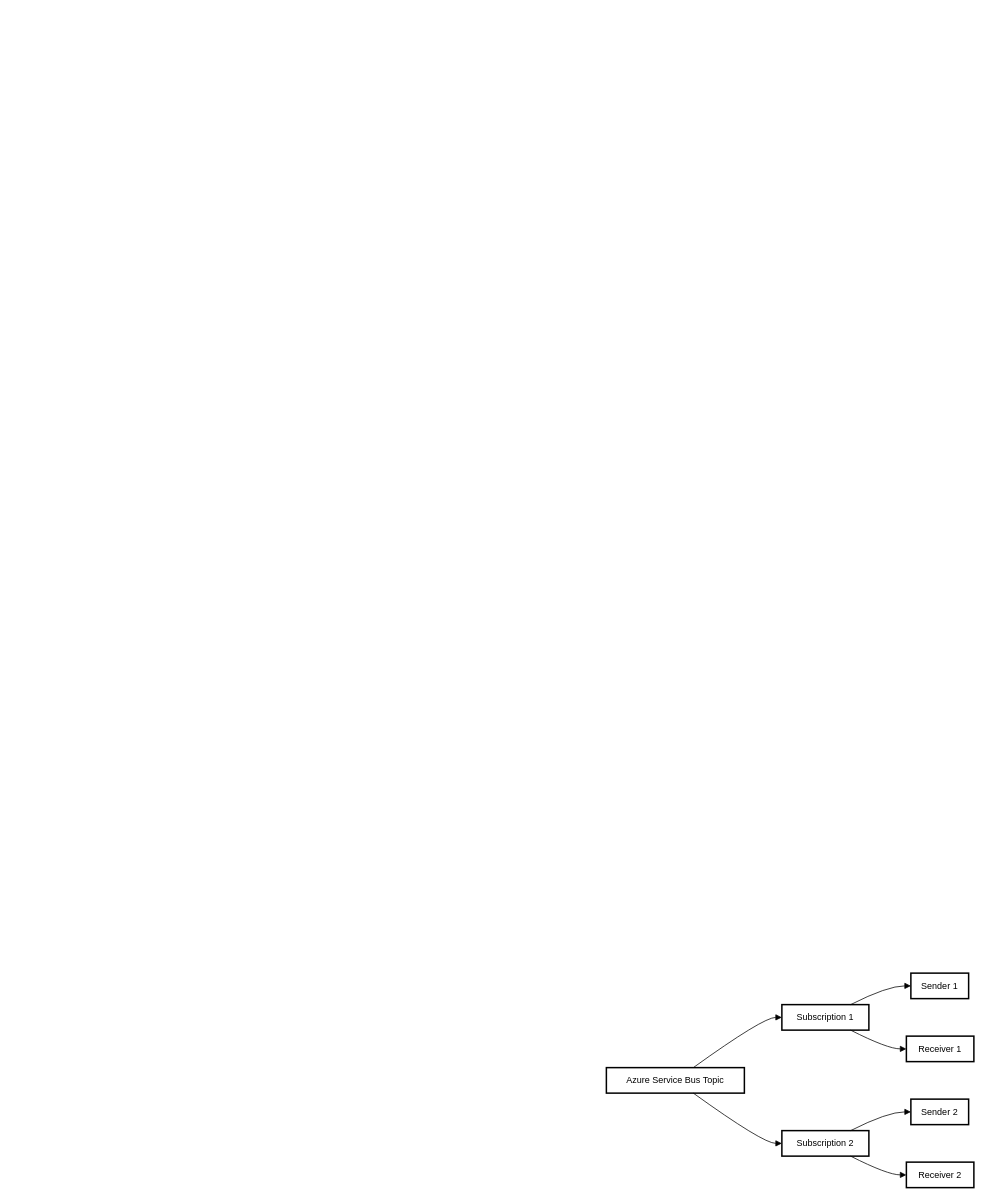
The draw.io diagram MLEndpointswithAsyncInferencing.drawio in anildwarepo/draw.io-artifacts, before the edit. Source tidied: cells renumbered, new cells numbered last; positions are measured from the earlier drawing's top-left corner, leaving out a move shared by most shapes. Both pictures are drawn from the tidied source at 75%, with x=0, y=0 at pixel (606, 973). Pictures stored in the file or linked from it are replaced by grey dashed boxes.
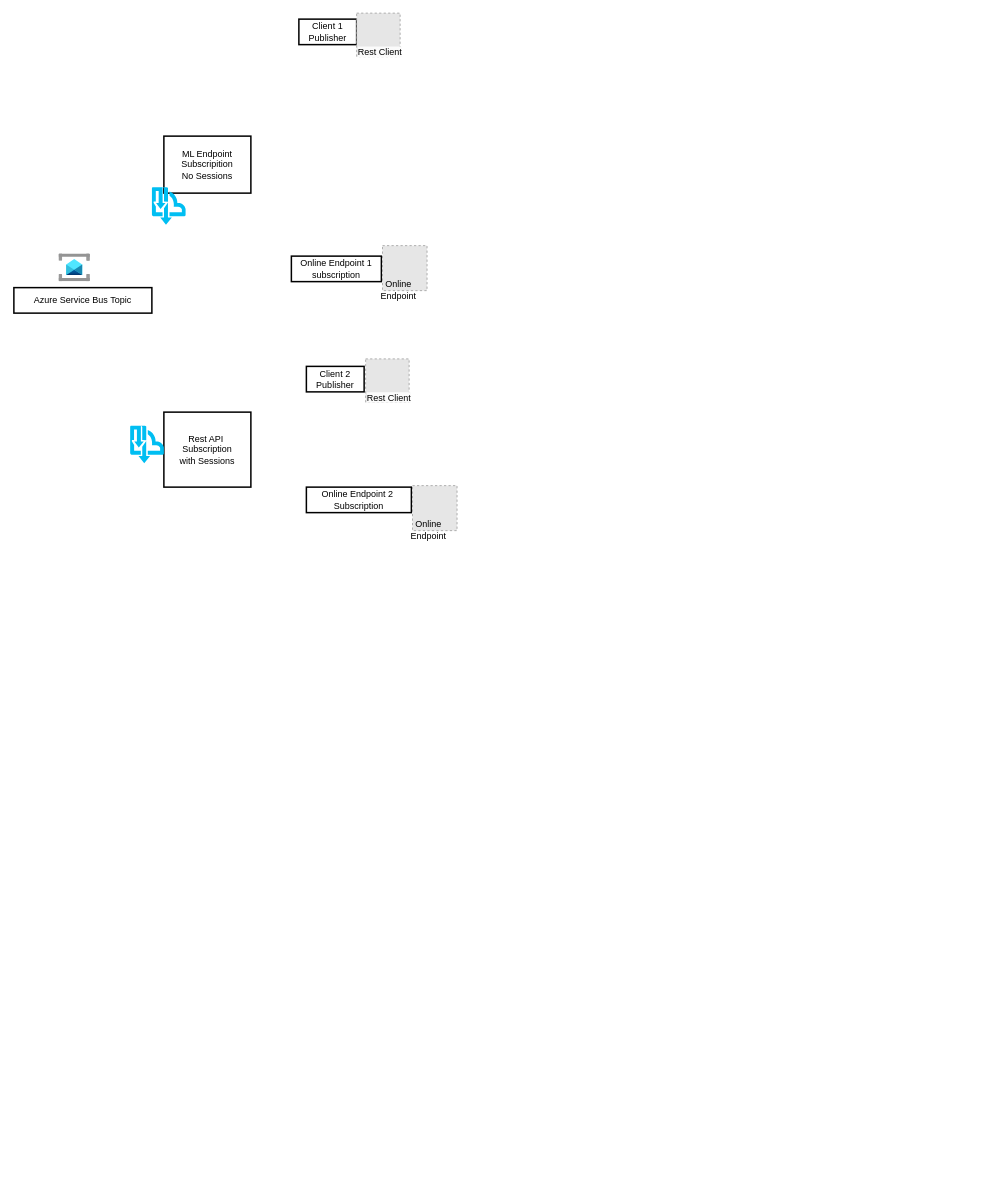
The same diagram, later.

Diff of the diagram source:
```diff
@@
     <mxCell id="2" value="Azure Service Bus Topic" style="whiteSpace=wrap;strokeWidth=2;" parent="1" vertex="1">
-      <mxGeometry y="126" width="184" height="34" as="geometry" />
+      <mxGeometry x="-790" y="-914" width="184" height="34" as="geometry" />
     </mxCell>
-    <mxCell id="3" value="Subscription 1" style="whiteSpace=wrap;strokeWidth=2;" parent="1" vertex="1">
-      <mxGeometry x="234" y="42" width="116" height="34" as="geometry" />
+    <mxCell id="3" value="ML Endpoint Subscripition&#10;No Sessions" style="whiteSpace=wrap;strokeWidth=2;" parent="1" vertex="1">
+      <mxGeometry x="-590" y="-1116" width="116" height="76" as="geometry" />
     </mxCell>
-    <mxCell id="4" value="Subscription 2" style="whiteSpace=wrap;strokeWidth=2;" parent="1" vertex="1">
-      <mxGeometry x="234" y="210" width="116" height="34" as="geometry" />
+    <mxCell id="4" value="Rest API &#10;Subscription&#10;with Sessions" style="whiteSpace=wrap;strokeWidth=2;" parent="1" vertex="1">
+      <mxGeometry x="-590" y="-748" width="116" height="100" as="geometry" />
     </mxCell>
-    <mxCell id="5" value="Sender 1" style="whiteSpace=wrap;strokeWidth=2;" parent="1" vertex="1">
-      <mxGeometry x="406" width="77" height="34" as="geometry" />
-    </mxCell>
-    <mxCell id="6" value="Receiver 1" style="whiteSpace=wrap;strokeWidth=2;" parent="1" vertex="1">
-      <mxGeometry x="400" y="84" width="90" height="34" as="geometry" />
+    <mxCell id="6" value="Online Endpoint 1&#10;subscription" style="whiteSpace=wrap;strokeWidth=2;" parent="1" vertex="1">
+      <mxGeometry x="-420" y="-956" width="120" height="34" as="geometry" />
     </mxCell>
-    <mxCell id="7" value="Sender 2" style="whiteSpace=wrap;strokeWidth=2;" parent="1" vertex="1">
-      <mxGeometry x="406" y="168" width="77" height="34" as="geometry" />
+    <mxCell id="7" value="Client 2&#10;Publisher" style="whiteSpace=wrap;strokeWidth=2;" parent="1" vertex="1">
+      <mxGeometry x="-400" y="-809" width="77" height="34" as="geometry" />
     </mxCell>
-    <mxCell id="8" value="Receiver 2" style="whiteSpace=wrap;strokeWidth=2;" parent="1" vertex="1">
-      <mxGeometry x="400" y="252" width="90" height="34" as="geometry" />
+    <mxCell id="8" value="Online Endpoint 2 &#10;Subscription" style="whiteSpace=wrap;strokeWidth=2;" parent="1" vertex="1">
+      <mxGeometry x="-400" y="-648" width="140" height="34" as="geometry" />
     </mxCell>
-    <mxCell id="9" style="curved=1;startArrow=none;endArrow=block;exitX=0.63;exitY=0;entryX=0;entryY=0.5;" parent="1" edge="1" source="2" target="3">
-      <mxGeometry relative="1" as="geometry">
-        <Array as="points">
-          <mxPoint x="209" y="59" />
-        </Array>
-      </mxGeometry>
-    </mxCell>
-    <mxCell id="10" style="curved=1;startArrow=none;endArrow=block;exitX=0.63;exitY=1;entryX=0;entryY=0.5;" parent="1" edge="1" source="2" target="4">
-      <mxGeometry relative="1" as="geometry">
-        <Array as="points">
-          <mxPoint x="209" y="227" />
-        </Array>
-      </mxGeometry>
-    </mxCell>
-    <mxCell id="11" style="curved=1;startArrow=none;endArrow=block;exitX=0.79;exitY=0;entryX=0;entryY=0.5;" parent="1" edge="1" source="3" target="5">
-      <mxGeometry relative="1" as="geometry">
-        <Array as="points">
-          <mxPoint x="375" y="17" />
-        </Array>
-      </mxGeometry>
-    </mxCell>
-    <mxCell id="12" style="curved=1;startArrow=none;endArrow=block;exitX=0.79;exitY=1;entryX=0;entryY=0.5;" parent="1" edge="1" source="3" target="6">
-      <mxGeometry relative="1" as="geometry">
-        <Array as="points">
-          <mxPoint x="375" y="101" />
-        </Array>
-      </mxGeometry>
-    </mxCell>
-    <mxCell id="13" style="curved=1;startArrow=none;endArrow=block;exitX=0.79;exitY=0;entryX=0;entryY=0.5;" parent="1" edge="1" source="4" target="7">
-      <mxGeometry relative="1" as="geometry">
-        <Array as="points">
-          <mxPoint x="375" y="185" />
-        </Array>
-      </mxGeometry>
-    </mxCell>
-    <mxCell id="14" style="curved=1;startArrow=none;endArrow=block;exitX=0.79;exitY=1;entryX=0;entryY=0.5;" parent="1" edge="1" source="4" target="8">
-      <mxGeometry relative="1" as="geometry">
-        <Array as="points">
-          <mxPoint x="375" y="269" />
-        </Array>
-      </mxGeometry>
-    </mxCell>
+    <mxCell id="15" style="image;html=1;align=center;fontSize=12;image=img/lib/azure2/integration/Service_Bus.svg;" parent="1" vertex="1">
+      <mxGeometry x="-730" y="-959" width="41.9" height="37" as="geometry" />
+    </mxCell>
+    <mxCell id="16" style="verticalLabelPosition=bottom;html=1;verticalAlign=top;align=center;strokeColor=none;fillColor=#00BEF2;shape=mxgraph.azure.service_bus_topics_and_subscriptions;" parent="1" vertex="1">
+      <mxGeometry x="-606" y="-1048" width="45" height="50" as="geometry" />
+    </mxCell>
+    <mxCell id="17" style="verticalLabelPosition=bottom;html=1;verticalAlign=top;align=center;strokeColor=none;fillColor=#00BEF2;shape=mxgraph.azure.service_bus_topics_and_subscriptions;" parent="1" vertex="1">
+      <mxGeometry x="-635" y="-730" width="45" height="50" as="geometry" />
+    </mxCell>
+    <mxCell id="18" style="group;" parent="1" vertex="1">
+      <mxGeometry x="-300" y="-970" width="97.9" height="85" as="geometry" />
+    </mxCell>
+    <mxCell id="19" style="fillColor=#E6E6E6;strokeColor=#999999;dashed=1;verticalLabelPosition=bottom;labelBackgroundColor=default;verticalAlign=top;" parent="18" vertex="1">
+      <mxGeometry x="1.5" width="59.4" height="60" as="geometry" />
+    </mxCell>
+    <mxCell id="20" value="Online Endpoint" style="text;html=1;strokeColor=none;fillColor=none;align=center;verticalAlign=middle;whiteSpace=wrap;rounded=0;" parent="18" vertex="1">
+      <mxGeometry x="-7" y="44" width="60" height="30" as="geometry" />
+    </mxCell>
+    <mxCell id="21" style="group;" parent="1" vertex="1">
+      <mxGeometry x="-321" y="-819" width="120" height="78" as="geometry" />
+    </mxCell>
+    <mxCell id="22" style="fillColor=#E6E6E6;strokeColor=#999999;dashed=1;verticalLabelPosition=bottom;labelBackgroundColor=default;verticalAlign=top;" parent="21" vertex="1">
+      <mxGeometry width="58" height="58" as="geometry" />
+    </mxCell>
+    <mxCell id="23" value="&lt;span style=&quot;color: rgb(0, 0, 0); font-family: Helvetica; font-size: 12px; font-style: normal; font-variant-ligatures: normal; font-variant-caps: normal; font-weight: 400; letter-spacing: normal; orphans: 2; text-align: center; text-indent: 0px; text-transform: none; widows: 2; word-spacing: 0px; -webkit-text-stroke-width: 0px; white-space: normal; background-color: rgb(251, 251, 251); text-decoration-thickness: initial; text-decoration-style: initial; text-decoration-color: initial; display: inline !important; float: none;&quot;&gt;Rest Client&lt;/span&gt;" style="text;whiteSpace=wrap;html=1;" parent="21" vertex="1">
+      <mxGeometry y="38" width="120" height="40" as="geometry" />
+    </mxCell>
+    <mxCell id="24" style="group;" parent="1" vertex="1">
+      <mxGeometry x="-260" y="-650" width="97.9" height="85" as="geometry" />
+    </mxCell>
+    <mxCell id="25" style="fillColor=#E6E6E6;strokeColor=#999999;dashed=1;verticalLabelPosition=bottom;labelBackgroundColor=default;verticalAlign=top;" parent="24" vertex="1">
+      <mxGeometry x="1.5" width="59.4" height="60" as="geometry" />
+    </mxCell>
+    <mxCell id="26" value="Online Endpoint" style="text;html=1;strokeColor=none;fillColor=none;align=center;verticalAlign=middle;whiteSpace=wrap;rounded=0;" parent="24" vertex="1">
+      <mxGeometry x="-7" y="44" width="60" height="30" as="geometry" />
+    </mxCell>
+    <mxCell id="27" style="group;" parent="1" vertex="1">
+      <mxGeometry x="-410" y="-1280" width="197" height="78" as="geometry" />
+    </mxCell>
+    <mxCell id="5" value="Client 1&#10;Publisher" style="whiteSpace=wrap;strokeWidth=2;" parent="27" vertex="1">
+      <mxGeometry y="8" width="77" height="34" as="geometry" />
+    </mxCell>
+    <mxCell id="28" style="group;" parent="27" vertex="1">
+      <mxGeometry x="77" width="120" height="78" as="geometry" />
+    </mxCell>
+    <mxCell id="29" style="fillColor=#E6E6E6;strokeColor=#999999;dashed=1;verticalLabelPosition=bottom;labelBackgroundColor=default;verticalAlign=top;" parent="28" vertex="1">
+      <mxGeometry width="58" height="58" as="geometry" />
+    </mxCell>
+    <mxCell id="30" value="&lt;span style=&quot;color: rgb(0, 0, 0); font-family: Helvetica; font-size: 12px; font-style: normal; font-variant-ligatures: normal; font-variant-caps: normal; font-weight: 400; letter-spacing: normal; orphans: 2; text-align: center; text-indent: 0px; text-transform: none; widows: 2; word-spacing: 0px; -webkit-text-stroke-width: 0px; white-space: normal; background-color: rgb(251, 251, 251); text-decoration-thickness: initial; text-decoration-style: initial; text-decoration-color: initial; display: inline !important; float: none;&quot;&gt;Rest Client&lt;/span&gt;" style="text;whiteSpace=wrap;html=1;" parent="28" vertex="1">
+      <mxGeometry y="38" width="120" height="40" as="geometry" />
+    </mxCell>
```
